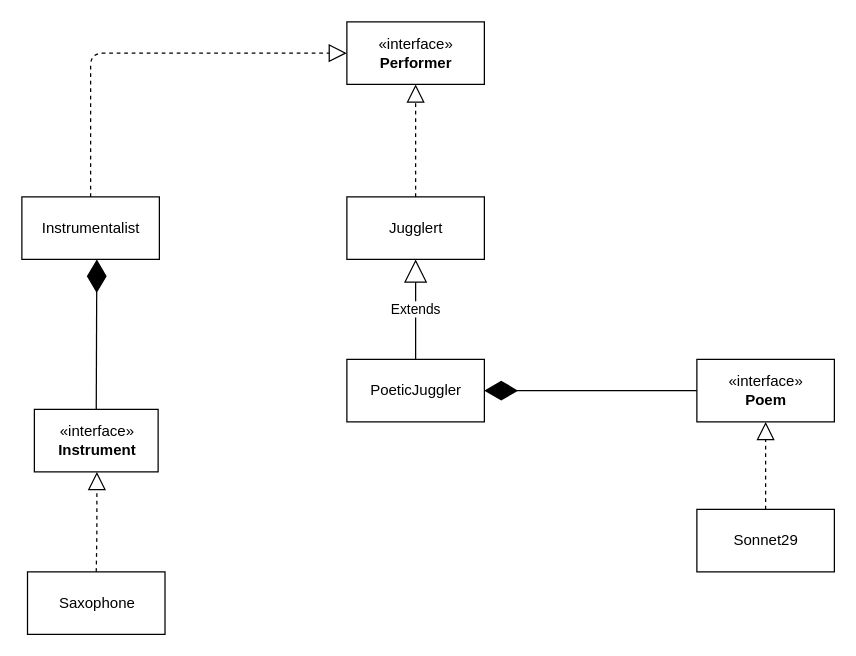
Earlier version of the draw.io diagram src/main/resources/creating-beans.drawio (odin1982/spring). Source tidied: cells renumbered, new cells numbered last; positions are measured from the earlier drawing's top-left corner, leaving out a move shared by most shapes. Both pictures are drawn from the tidied source at 125%, with x=0, y=0 at pixel (21, 21).
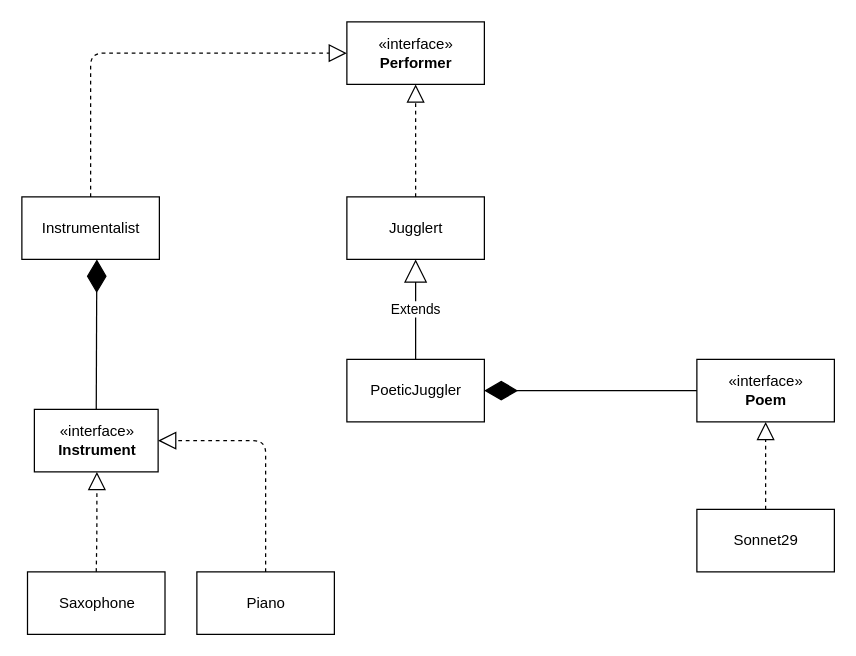
Above is the later version.

Commit message (it also covers changes not shown here):
Referencing other beans

Unchanged cells that the change refers to:
```xml
<mxCell id="14" value="«interface»&lt;br&gt;&lt;b&gt;Instrument&lt;/b&gt;" style="html=1;" parent="1" vertex="1">
  <mxGeometry x="10" y="310" width="99" height="50" as="geometry" />
</mxCell>
```

Change to the diagram source:
```diff
@@
+    <mxCell id="17" value="Piano" style="html=1;" parent="1" vertex="1">
+      <mxGeometry x="140" y="440" width="110" height="50" as="geometry" />
+    </mxCell>
+    <mxCell id="18" style="endArrow=block;dashed=1;endFill=0;endSize=12;html=1;exitX=0.5;exitY=0;exitDx=0;exitDy=0;entryX=1;entryY=0.5;entryDx=0;entryDy=0;" parent="1" edge="1" source="17" target="14">
+      <mxGeometry relative="1" as="geometry">
+        <Array as="points">
+          <mxPoint x="195" y="335" />
+        </Array>
+      </mxGeometry>
+    </mxCell>
```
